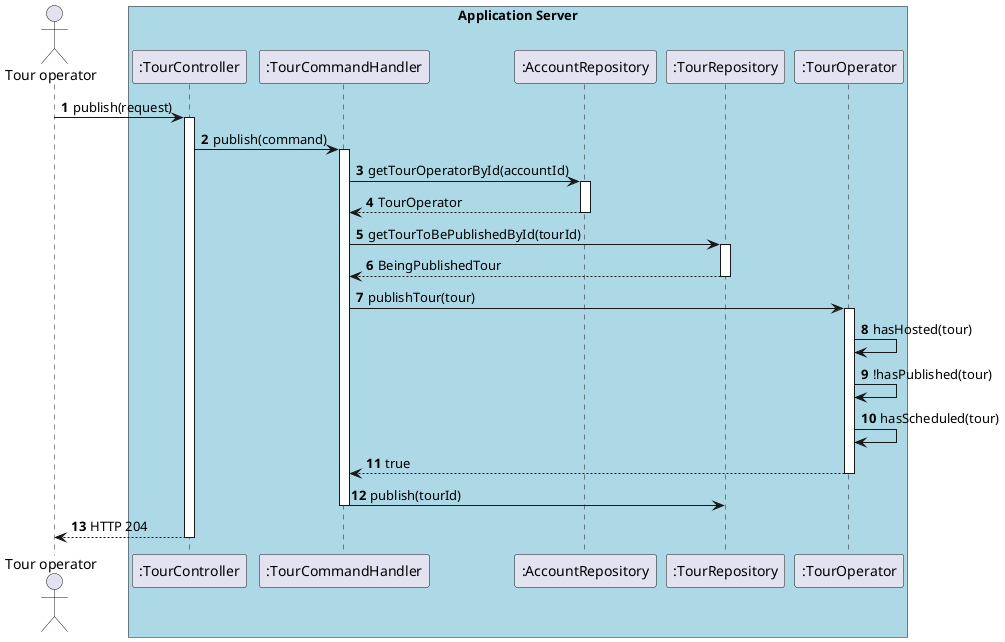
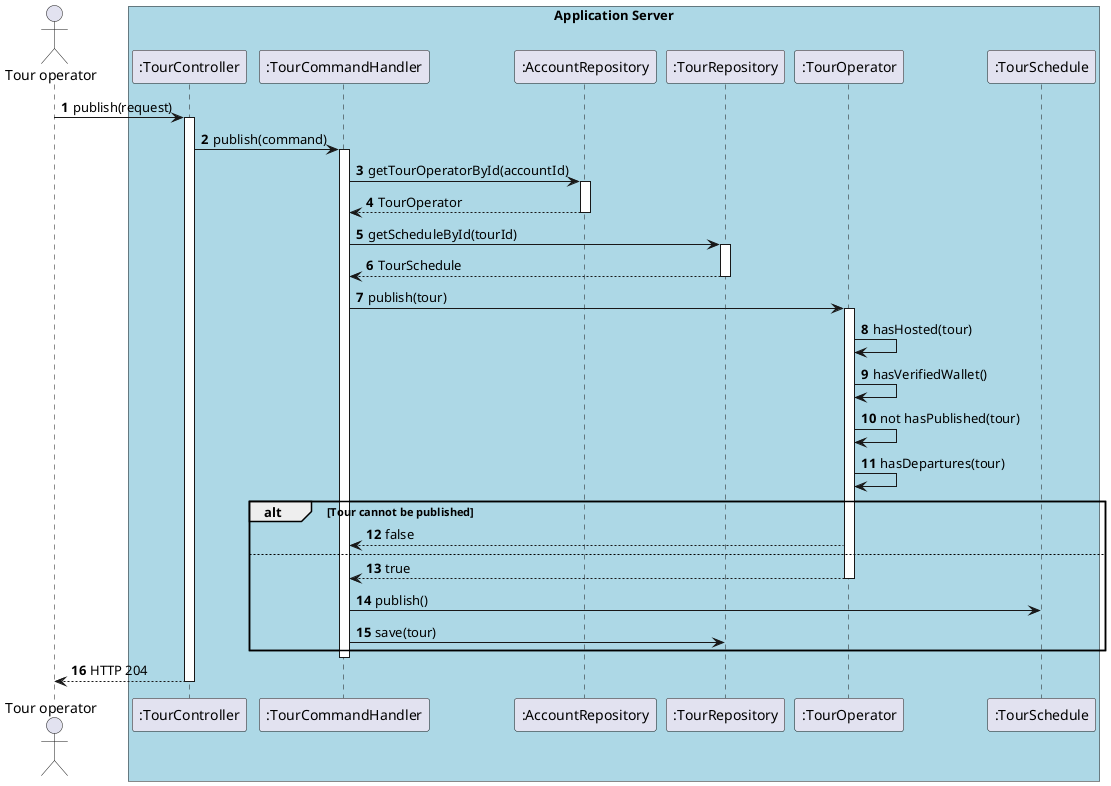
@startuml

autonumber

actor "Tour operator" as tourist
box "Application Server" #LightBlue
    participant ":TourController" as controller
    participant ":TourCommandHandler" as handler
    participant ":AccountRepository" as accRepo
    participant ":TourRepository" as tourRepo
    participant ":TourOperator" as tourOp
+     participant ":TourSchedule" as tour
end box

tourist -> controller : publish(request)
activate controller

controller -> handler : publish(command)
activate handler

handler -> accRepo : getTourOperatorById(accountId)
activate accRepo
handler <-- accRepo : TourOperator
deactivate accRepo
- handler -> tourRepo : getTourToBePublishedById(tourId)
+ handler -> tourRepo : getScheduleById(tourId)
activate tourRepo
- handler <-- tourRepo : BeingPublishedTour
+ handler <-- tourRepo : TourSchedule
deactivate tourRepo

- handler -> tourOp : publishTour(tour)
+ handler -> tourOp : publish(tour)
activate tourOp
tourOp -> tourOp : hasHosted(tour)
- tourOp -> tourOp : !hasPublished(tour)
- tourOp -> tourOp : hasScheduled(tour)
+ tourOp -> tourOp : hasVerifiedWallet()
+ tourOp -> tourOp : not hasPublished(tour)
+ tourOp -> tourOp : hasDepartures(tour)
+ 
+ alt Tour cannot be published
+ handler <-- tourOp : false
+ else
handler <-- tourOp : true
deactivate tourOp
+ handler -> tour: publish()
+ handler -> tourRepo : save(tour)
+ end

- handler -> tourRepo : publish(tourId)

deactivate handler

controller --> tourist : HTTP 204
deactivate controller

@enduml